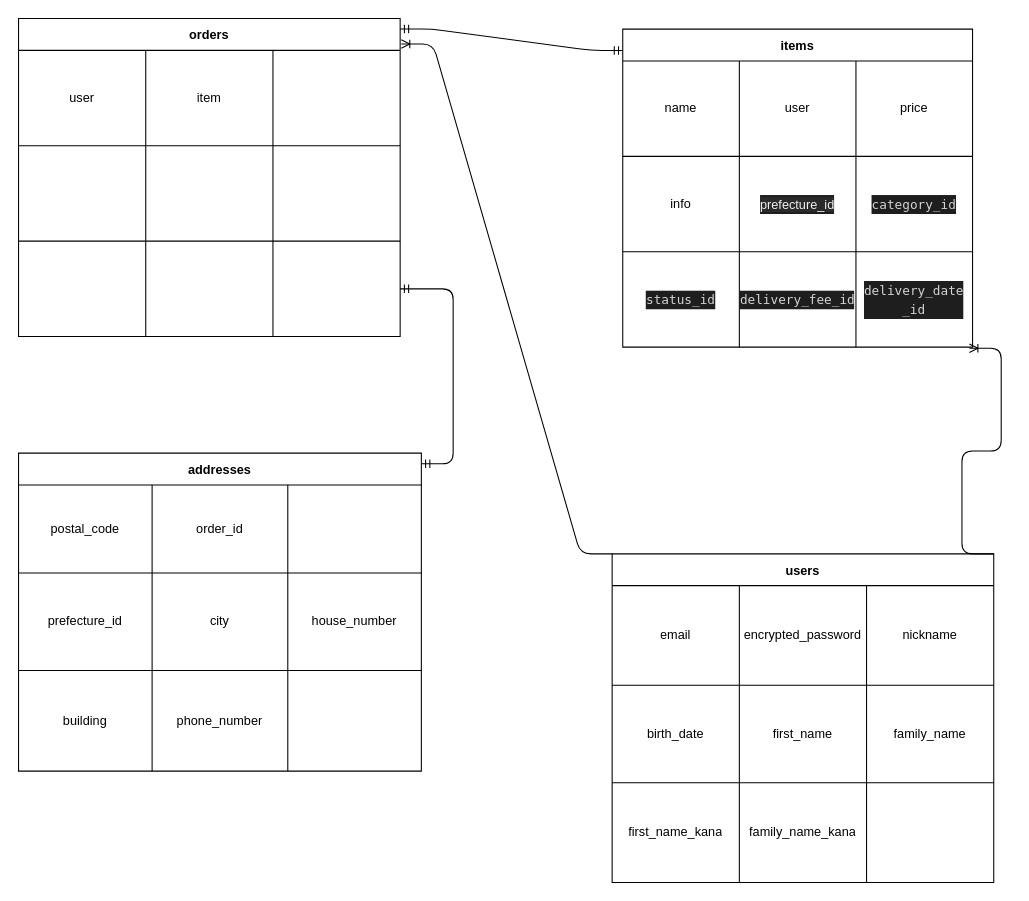
Mitsusatonambu/furima-36431 keeps this draw.io diagram as page "ページ1" (1 of 2) of furima_36431.dio. Above is the earlier version. Source tidied: cells renumbered, new cells numbered last; positions are measured from the earlier drawing's top-left corner, leaving out a move shared by most shapes. Both pictures are drawn from the tidied source at 106%, with x=0, y=0 at pixel (18, 18).
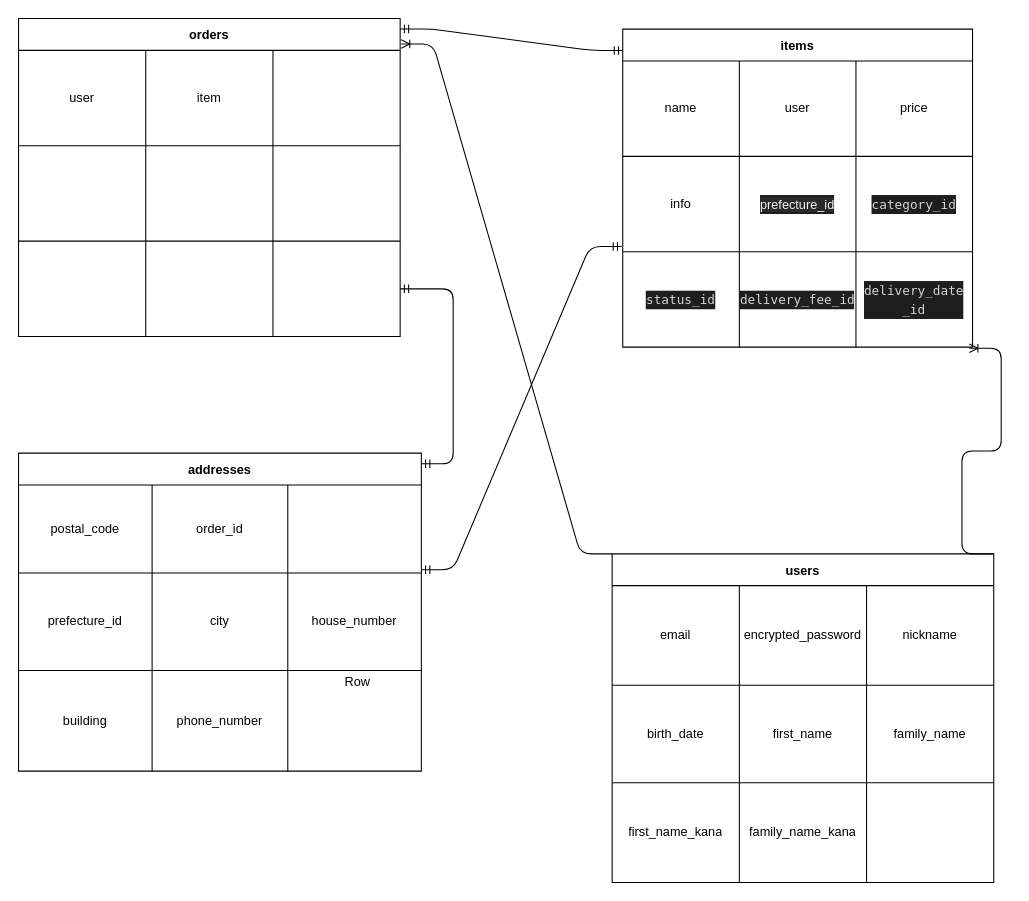
The same diagram, later.

Unchanged cells that the change refers to:
```xml
<mxCell id="20" style="shape=partialRectangle;html=1;whiteSpace=wrap;fillColor=none;top=0;left=0;bottom=0;right=0;points=[[0,0.5],[1,0.5]];portConstraint=eastwest;" parent="15" vertex="1">
  <mxGeometry y="120" width="330" height="90" as="geometry" />
</mxCell>
```

What changed in the source:
```diff
@@
+    <mxCell id="58" style="shape=table;startSize=0;childLayout=tableLayout;rowLines=0;fontStyle=0;align=center;strokeColor=none;fillColor=none;" parent="1" vertex="1">
+      <mxGeometry x="270" y="610" width="180" height="30" as="geometry" />
+    </mxCell>
+    <mxCell id="59" style="shape=partialRectangle;fillColor=none;top=0;left=0;bottom=0;right=0;" parent="58" vertex="1">
+      <mxGeometry width="180" height="30" as="geometry" />
+    </mxCell>
+    <mxCell id="60" style="shape=partialRectangle;fillColor=none;top=0;left=0;bottom=0;right=0;overflow=hidden;" parent="59" vertex="1">
+      <mxGeometry width="30" height="30" as="geometry" />
+    </mxCell>
+    <mxCell id="61" value="Row" style="shape=partialRectangle;fillColor=none;top=0;left=0;bottom=0;right=0;align=left;spacingLeft=6;overflow=hidden;" parent="59" vertex="1">
+      <mxGeometry x="30" width="150" height="30" as="geometry" />
+    </mxCell>
+    <mxCell id="62" style="edgeStyle=entityRelationEdgeStyle;fontSize=12;html=1;endArrow=ERmandOne;startArrow=ERmandOne;entryX=-0.003;entryY=0.944;entryDx=0;entryDy=0;entryPerimeter=0;" parent="1" edge="1" target="20">
+      <mxGeometry relative="1" as="geometry">
+        <mxPoint x="380" y="520" as="sourcePoint" />
+      </mxGeometry>
+    </mxCell>
```
